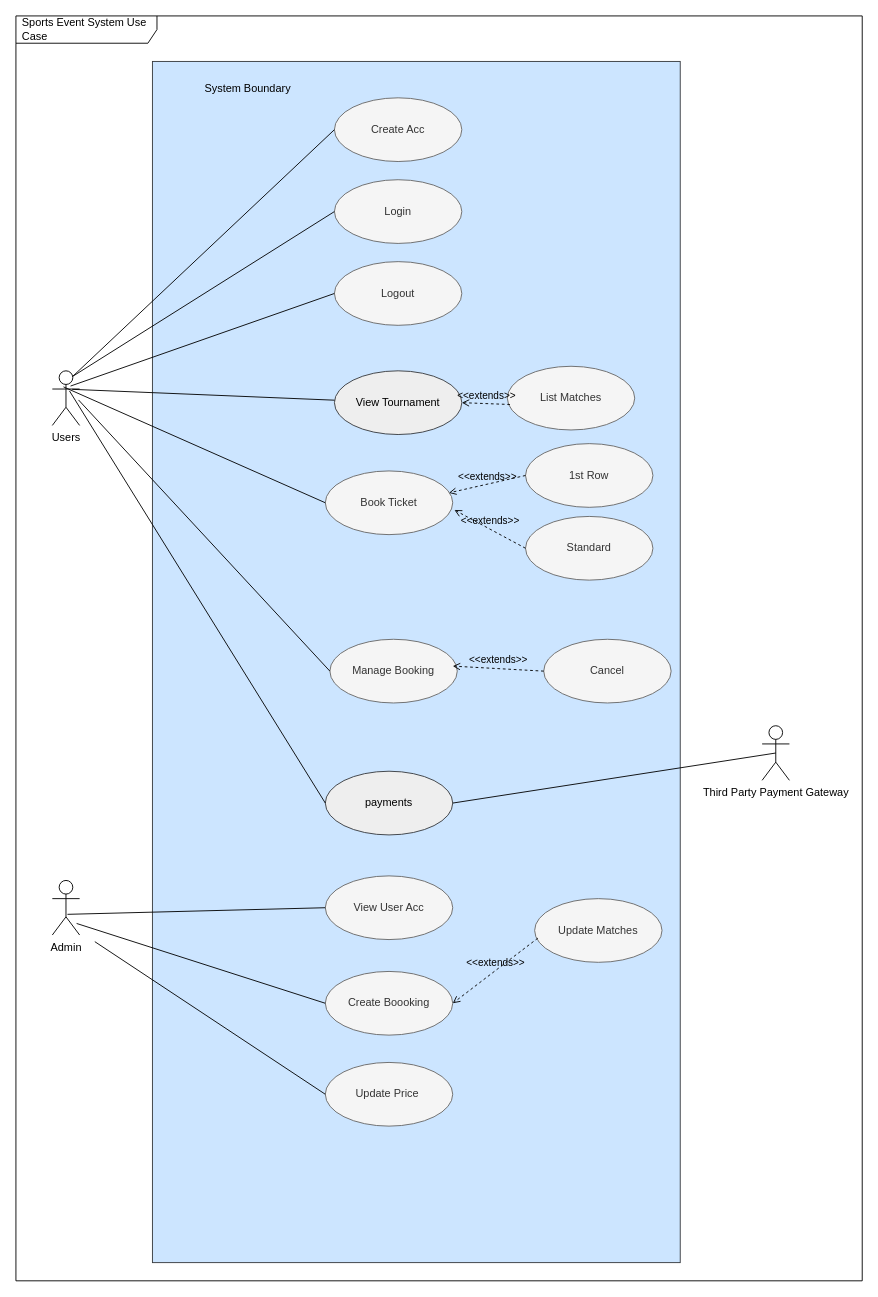
Earlier version of the draw.io diagram SES_Class.drawio (mlvl974/SportsEventSystem). Source tidied: cells renumbered, new cells numbered last; positions are measured from the earlier drawing's top-left corner, leaving out a move shared by most shapes. Both pictures are drawn from the tidied source at 91%, with x=0, y=0 at pixel (15, 15).
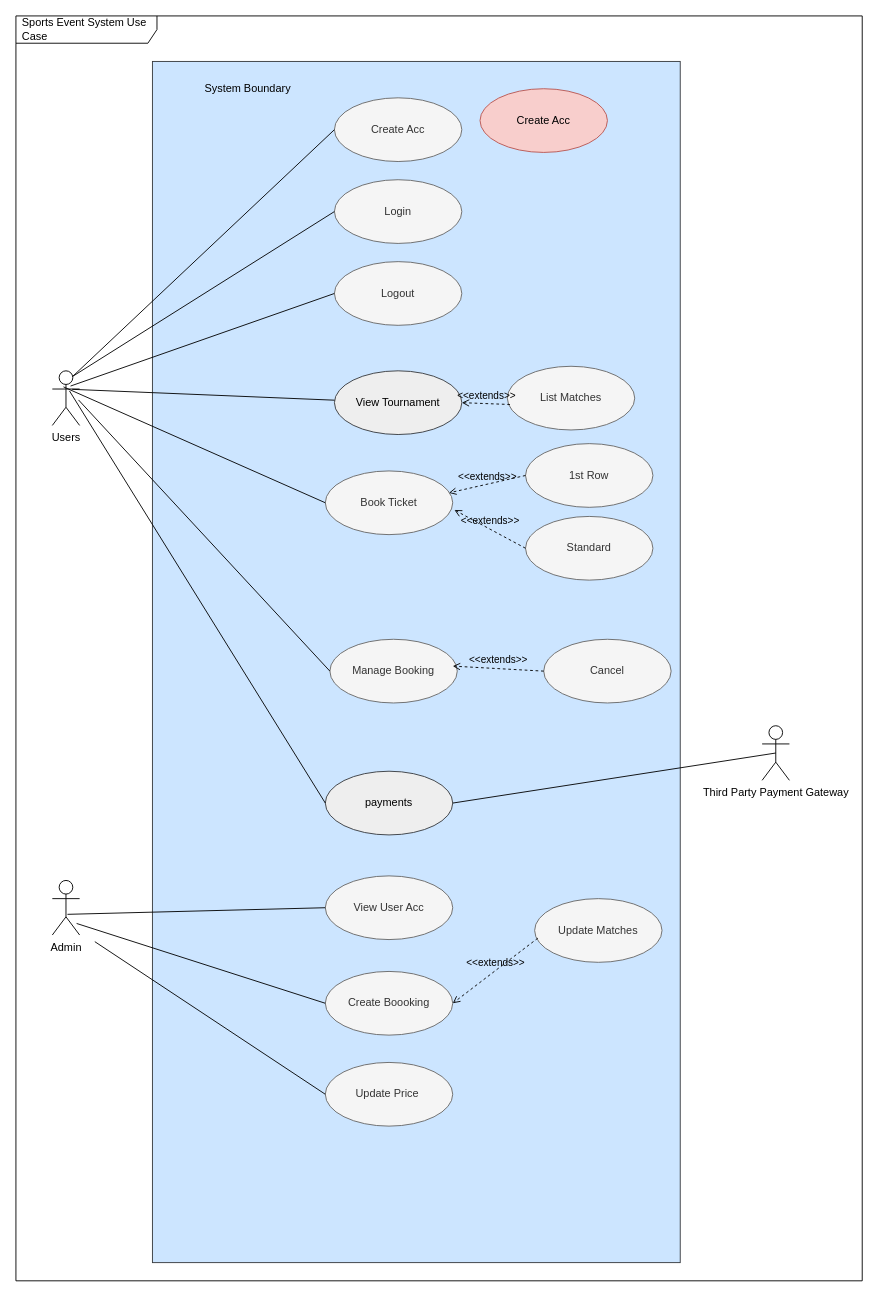
The same diagram, later.

The edit, as a diff of the source:
```diff
@@
+    <mxCell id="39" value="Create Acc&lt;br&gt;" style="ellipse;whiteSpace=wrap;html=1;fillColor=#f8cecc;strokeColor=#b85450;" parent="1" vertex="1">
+      <mxGeometry x="510" y="80" width="140" height="70" as="geometry" />
+    </mxCell>
```
